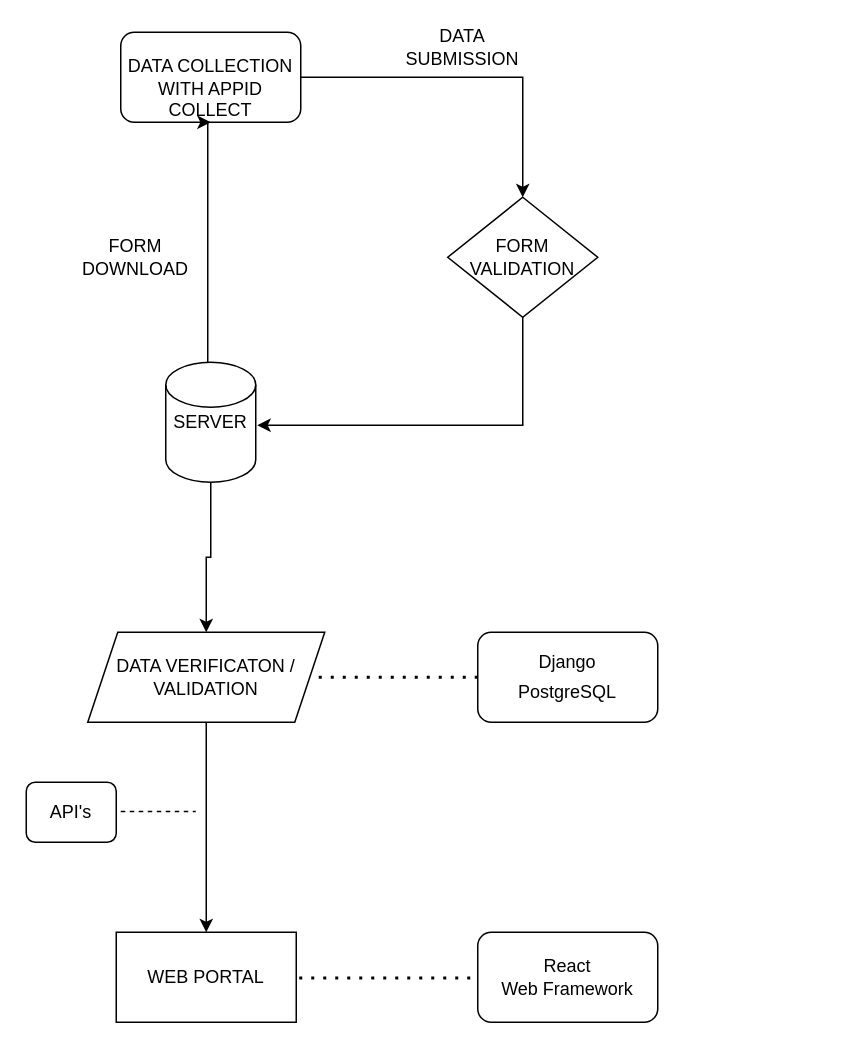
Earlier version of the draw.io diagram assets/Untitled Diagram.drawio (petersoleeh/alarm-clock). Source tidied: cells renumbered, new cells numbered last; positions are measured from the earlier drawing's top-left corner, leaving out a move shared by most shapes. Both pictures are drawn from the tidied source at 150%, with x=0, y=0 at pixel (26, 32).
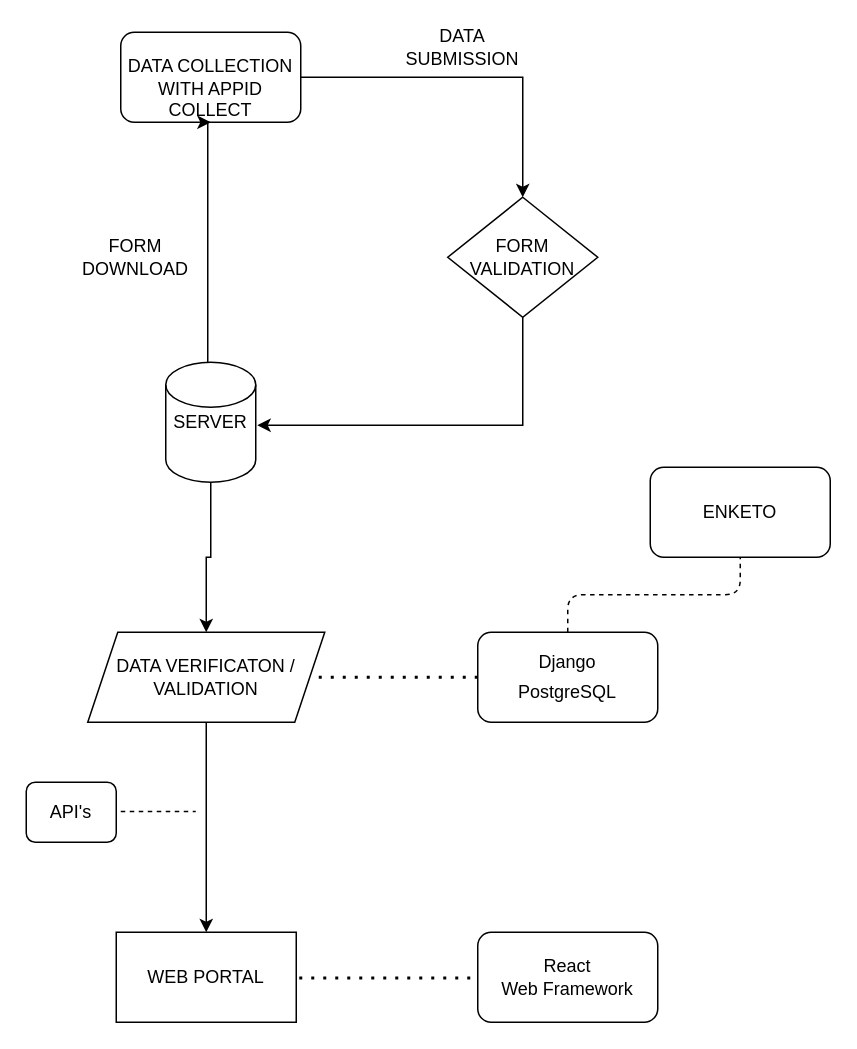
The same page after the edit.

Commit message:
enketo update Diagram

The change refers to these unchanged cells:
```xml
<mxCell id="14" style="rounded=1;whiteSpace=wrap;html=1;" parent="1" vertex="1">
  <mxGeometry x="301" y="400" width="120" height="60" as="geometry" />
</mxCell>
```

What changed in the source:
```diff
@@
+    <mxCell id="22" style="edgeStyle=orthogonalEdgeStyle;rounded=1;jettySize=auto;html=1;dashed=1;endArrow=none;endFill=0;" parent="1" edge="1" source="14" target="23">
+      <mxGeometry relative="1" as="geometry" />
+    </mxCell>
@@
+    <mxCell id="23" style="whiteSpace=wrap;html=1;rounded=1;" parent="1" vertex="1">
+      <mxGeometry x="416" y="290" width="120" height="60" as="geometry" />
+    </mxCell>
+    <mxCell id="24" value="ENKETO" style="text;html=1;strokeColor=none;fillColor=none;align=center;verticalAlign=middle;whiteSpace=wrap;rounded=0;" parent="1" vertex="1">
+      <mxGeometry x="456" y="310" width="40" height="20" as="geometry" />
+    </mxCell>
```
